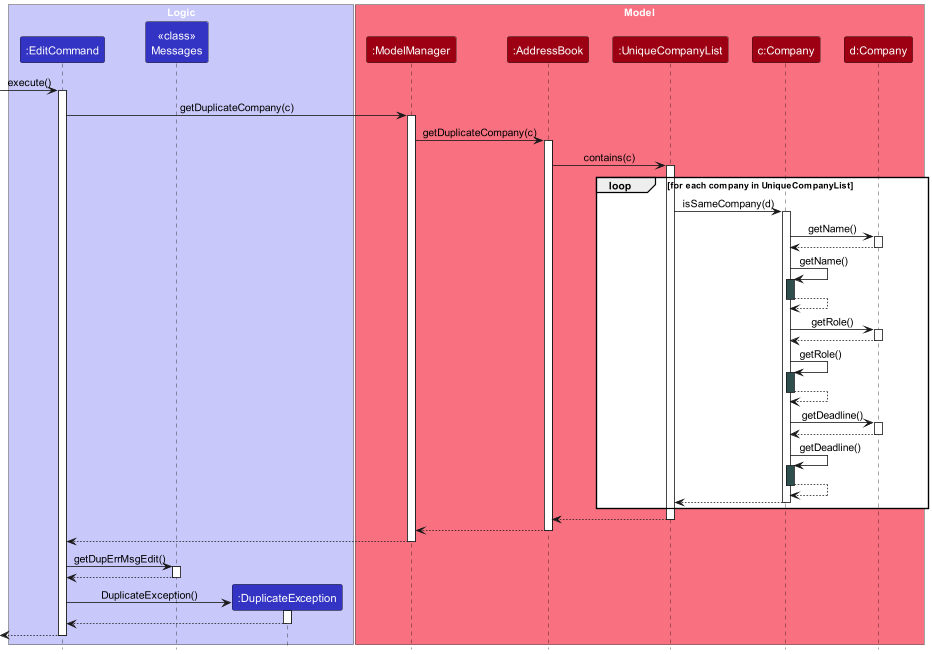
Earlier version of the PlantUML export docs/images/duplicate-detection/edit-command/DuplicateSequenceDiagram.png (tayruxin/tp).
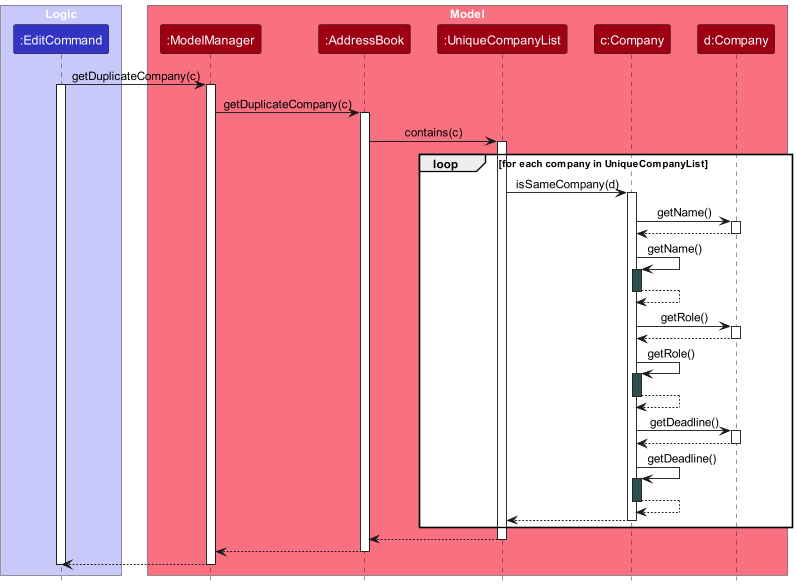
After the change.

Diff of the diagram source:
```diff
@@ -4,8 +4,6 @@
 
 box "Logic" LOGIC_COLOR_T1
 participant ":EditCommand" as EditCommand LOGIC_COLOR
-participant "<<class>>\nMessages" as Messages LOGIC_COLOR
-participant ":DuplicateException" as DuplicateException LOGIC_COLOR
 end box
 
 box "Model" MODEL_COLOR_T1
@@ -16,10 +14,8 @@
 participant "d:Company" as CompanyD MODEL_COLOR
 end box
 
-[-> EditCommand : execute()
+EditCommand -> ModelManager : getDuplicateCompany(c)
 activate EditCommand
-
-EditCommand -> ModelManager : getDuplicateCompany(c)
 activate ModelManager
 
 ModelManager -> AddressBook : getDuplicateCompany(c)
@@ -74,19 +70,6 @@
 ModelManager --> EditCommand
 deactivate ModelManager
 
-EditCommand -> Messages : getDupErrMsgEdit()
-activate Messages
-
-Messages --> EditCommand
-deactivate Messages
-
-create DuplicateException
-EditCommand -> DuplicateException : DuplicateException()
-activate DuplicateException
-DuplicateException --> EditCommand
-deactivate DuplicateException
-
-EditCommand -->[
 deactivate EditCommand
 
 @enduml
```
